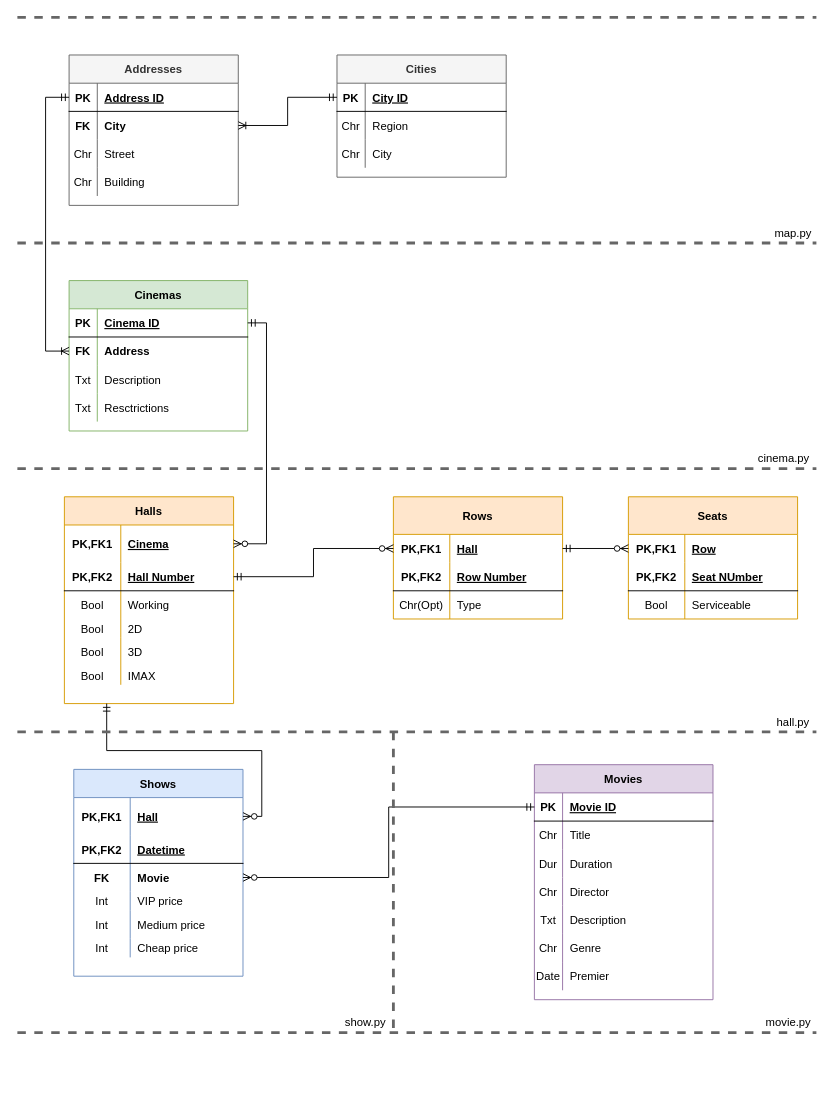
Before: description/db.drawio in pointuseless/kinocms, a draw.io diagram. Source tidied: cells renumbered, new cells numbered last; positions are measured from the earlier drawing's top-left corner, leaving out a move shared by most shapes. Both pictures are drawn from the tidied source at 94%, with x=0, y=0 at pixel (17, 17).
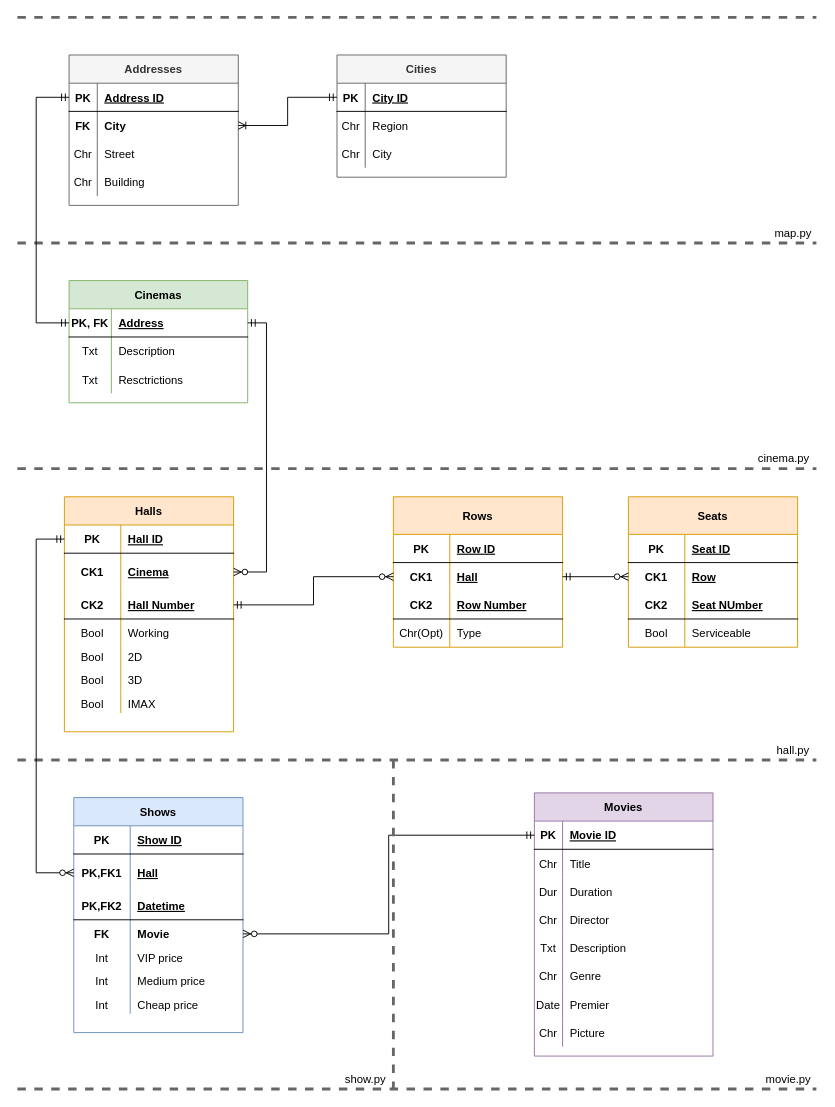
The same page after the edit.

The change refers to these unchanged cells:
```xml
<mxCell id="87" style="shape=partialRectangle;fillColor=none;top=0;left=0;bottom=1;right=0;points=[[0,0.5],[1,0.5]];portConstraint=eastwest;" parent="86" vertex="1">
  <mxGeometry y="30" width="190" height="30" as="geometry" />
</mxCell>
<mxCell id="120" style="shape=partialRectangle;fillColor=none;top=0;left=0;bottom=1;right=0;points=[[0,0.5],[1,0.5]];portConstraint=eastwest;" parent="119" vertex="1">
  <mxGeometry y="30" width="180" height="30" as="geometry" />
</mxCell>
```

Diff of the diagram source:
```diff
@@
     <mxCell id="2" value="Shows" style="shape=table;startSize=30;childLayout=tableLayout;rowLines=0;fontStyle=1;align=center;columnLines=1;resizeLastRow=0;fillColor=#dae8fc;strokeColor=#6c8ebf;swimlaneFillColor=#ffffff;" parent="1" vertex="1">
-      <mxGeometry x="60" y="800" width="180" height="220" as="geometry" />
+      <mxGeometry x="60" y="830" width="180" height="250" as="geometry" />
     </mxCell>
+    <mxCell id="136" style="shape=partialRectangle;fillColor=none;top=0;left=0;bottom=1;right=0;strokeColor=#000000;" parent="2" vertex="1">
+      <mxGeometry y="30" width="180" height="30" as="geometry" />
+    </mxCell>
+    <mxCell id="137" value="PK" style="shape=partialRectangle;fillColor=none;top=0;left=0;bottom=0;right=0;fontStyle=1;overflow=hidden;" parent="136" vertex="1">
+      <mxGeometry width="60" height="30" as="geometry" />
+    </mxCell>
+    <mxCell id="138" value="Show ID" style="shape=partialRectangle;fillColor=none;top=0;left=0;bottom=0;right=0;align=left;spacingLeft=6;fontStyle=5;overflow=hidden;" parent="136" vertex="1">
+      <mxGeometry x="60" width="120" height="30" as="geometry" />
+    </mxCell>
     <mxCell id="3" style="shape=partialRectangle;fillColor=none;top=0;left=0;bottom=0;right=0;points=[[0,0.5],[1,0.5]];portConstraint=eastwest;" parent="2" vertex="1">
-      <mxGeometry y="30" width="180" height="40" as="geometry" />
+      <mxGeometry y="60" width="180" height="40" as="geometry" />
     </mxCell>
@@
     <mxCell id="6" style="shape=partialRectangle;fillColor=none;top=0;left=0;bottom=1;right=0;" parent="2" vertex="1">
-      <mxGeometry y="70" width="180" height="30" as="geometry" />
+      <mxGeometry y="100" width="180" height="30" as="geometry" />
     </mxCell>
@@
     <mxCell id="9" style="shape=partialRectangle;fillColor=none;top=0;left=0;bottom=0;right=0;points=[[0,0.5],[1,0.5]];portConstraint=eastwest;" parent="2" vertex="1">
-      <mxGeometry y="100" width="180" height="30" as="geometry" />
+      <mxGeometry y="130" width="180" height="30" as="geometry" />
     </mxCell>
@@
     <mxCell id="12" style="shape=partialRectangle;fillColor=none;top=0;left=0;bottom=0;right=0;" parent="2" vertex="1">
-      <mxGeometry y="130" width="180" height="20" as="geometry" />
+      <mxGeometry y="160" width="180" height="20" as="geometry" />
     </mxCell>
@@
     <mxCell id="15" style="shape=partialRectangle;fillColor=none;top=0;left=0;bottom=0;right=0;" parent="2" vertex="1">
-      <mxGeometry y="150" width="180" height="30" as="geometry" />
+      <mxGeometry y="180" width="180" height="30" as="geometry" />
     </mxCell>
@@
     <mxCell id="18" style="shape=partialRectangle;fillColor=none;top=0;left=0;bottom=0;right=0;" parent="2" vertex="1">
-      <mxGeometry y="180" width="180" height="20" as="geometry" />
+      <mxGeometry y="210" width="180" height="20" as="geometry" />
     </mxCell>
@@
     <mxCell id="21" value="Halls" style="shape=table;startSize=30;childLayout=tableLayout;rowLines=0;fontStyle=1;align=center;columnLines=1;resizeLastRow=0;fillColor=#ffe6cc;strokeColor=#d79b00;swimlaneFillColor=#ffffff;" parent="1" vertex="1">
-      <mxGeometry x="50" y="510" width="180" height="220" as="geometry" />
+      <mxGeometry x="50" y="510" width="180" height="250" as="geometry" />
     </mxCell>
+    <mxCell id="139" style="shape=partialRectangle;fillColor=none;top=0;left=0;bottom=1;right=0;points=[[0,0.5],[1,0.5]];portConstraint=eastwest;strokeColor=#000000;" parent="21" vertex="1">
+      <mxGeometry y="30" width="180" height="30" as="geometry" />
+    </mxCell>
+    <mxCell id="140" value="PK" style="shape=partialRectangle;fillColor=none;top=0;left=0;bottom=0;right=0;fontStyle=1;overflow=hidden;" parent="139" vertex="1">
+      <mxGeometry width="60" height="30" as="geometry" />
+    </mxCell>
+    <mxCell id="141" value="Hall ID" style="shape=partialRectangle;fillColor=none;top=0;left=0;bottom=0;right=0;align=left;spacingLeft=6;fontStyle=5;overflow=hidden;" parent="139" vertex="1">
+      <mxGeometry x="60" width="120" height="30" as="geometry" />
+    </mxCell>
     <mxCell id="22" style="shape=partialRectangle;fillColor=none;top=0;left=0;bottom=0;right=0;points=[[0,0.5],[1,0.5]];portConstraint=eastwest;" parent="21" vertex="1">
-      <mxGeometry y="30" width="180" height="40" as="geometry" />
+      <mxGeometry y="60" width="180" height="40" as="geometry" />
     </mxCell>
-    <mxCell id="23" value="PK,FK1" style="shape=partialRectangle;fillColor=none;top=0;left=0;bottom=0;right=0;fontStyle=1;overflow=hidden;" parent="22" vertex="1">
+    <mxCell id="23" value="CK1" style="shape=partialRectangle;fillColor=none;top=0;left=0;bottom=0;right=0;fontStyle=1;overflow=hidden;" parent="22" vertex="1">
       <mxGeometry width="60" height="40" as="geometry" />
     </mxCell>
@@
     <mxCell id="25" style="shape=partialRectangle;fillColor=none;top=0;left=0;bottom=1;right=0;points=[[0,0.5],[1,0.5]];portConstraint=eastwest;" parent="21" vertex="1">
-      <mxGeometry y="70" width="180" height="30" as="geometry" />
+      <mxGeometry y="100" width="180" height="30" as="geometry" />
     </mxCell>
-    <mxCell id="26" value="PK,FK2" style="shape=partialRectangle;fillColor=none;top=0;left=0;bottom=0;right=0;fontStyle=1;overflow=hidden;" parent="25" vertex="1">
+    <mxCell id="26" value="CK2" style="shape=partialRectangle;fillColor=none;top=0;left=0;bottom=0;right=0;fontStyle=1;overflow=hidden;" parent="25" vertex="1">
       <mxGeometry width="60" height="30" as="geometry" />
     </mxCell>
@@
     <mxCell id="28" style="shape=partialRectangle;fillColor=none;top=0;left=0;bottom=0;right=0;fontStyle=0;" parent="21" vertex="1">
-      <mxGeometry y="100" width="180" height="30" as="geometry" />
+      <mxGeometry y="130" width="180" height="30" as="geometry" />
     </mxCell>
@@
     <mxCell id="31" style="shape=partialRectangle;fillColor=none;top=0;left=0;bottom=0;right=0;" parent="21" vertex="1">
-      <mxGeometry y="130" width="180" height="20" as="geometry" />
+      <mxGeometry y="160" width="180" height="20" as="geometry" />
     </mxCell>
@@
     <mxCell id="34" style="shape=partialRectangle;fillColor=none;top=0;left=0;bottom=0;right=0;" parent="21" vertex="1">
-      <mxGeometry y="150" width="180" height="30" as="geometry" />
+      <mxGeometry y="180" width="180" height="30" as="geometry" />
     </mxCell>
@@
     <mxCell id="37" style="shape=partialRectangle;fillColor=none;top=0;left=0;bottom=0;right=0;" parent="21" vertex="1">
-      <mxGeometry y="180" width="180" height="20" as="geometry" />
+      <mxGeometry y="210" width="180" height="20" as="geometry" />
     </mxCell>
@@
     <mxCell id="40" value="Movies" style="shape=table;startSize=30;childLayout=tableLayout;rowLines=0;fontStyle=1;align=center;fillColor=#e1d5e7;strokeColor=#9673a6;swimlaneFillColor=#ffffff;" parent="1" vertex="1">
-      <mxGeometry x="550" y="795" width="190" height="250" as="geometry" />
+      <mxGeometry x="550" y="825" width="190" height="280" as="geometry" />
     </mxCell>
@@
+    <mxCell id="142" style="shape=partialRectangle;fillColor=none;top=0;left=0;bottom=0;right=0;" parent="40" vertex="1">
+      <mxGeometry y="240" width="190" height="30" as="geometry" />
+    </mxCell>
+    <mxCell id="143" value="Chr" style="shape=partialRectangle;fillColor=none;top=0;left=0;bottom=0;right=0;overflow=hidden;" parent="142" vertex="1">
+      <mxGeometry width="30" height="30" as="geometry" />
+    </mxCell>
+    <mxCell id="144" value="Picture" style="shape=partialRectangle;fillColor=none;top=0;left=0;bottom=0;right=0;align=left;spacingLeft=6;overflow=hidden;" parent="142" vertex="1">
+      <mxGeometry x="30" width="160" height="30" as="geometry" />
+    </mxCell>
@@
-    <mxCell id="63" style="edgeStyle=orthogonalEdgeStyle;rounded=0;jettySize=auto;html=1;exitX=1;exitY=0.5;exitDx=0;exitDy=0;entryX=0.25;entryY=1;entryDx=0;entryDy=0;startArrow=ERzeroToMany;startFill=1;endArrow=ERmandOne;endFill=0;" parent="1" edge="1" source="3" target="21">
-      <mxGeometry relative="1" as="geometry" />
-    </mxCell>
     <mxCell id="64" value="Rows" style="shape=table;startSize=40;childLayout=tableLayout;rowLines=0;fontStyle=1;align=center;fillColor=#ffe6cc;strokeColor=#d79b00;swimlaneFillColor=#ffffff;" parent="1" vertex="1">
-      <mxGeometry x="400" y="510" width="180" height="130" as="geometry" />
+      <mxGeometry x="400" y="510" width="180" height="160" as="geometry" />
     </mxCell>
+    <mxCell id="145" style="shape=partialRectangle;fillColor=none;top=0;left=0;bottom=1;right=0;strokeColor=#000000;" parent="64" vertex="1">
+      <mxGeometry y="40" width="180" height="30" as="geometry" />
+    </mxCell>
+    <mxCell id="146" value="PK" style="shape=partialRectangle;fillColor=none;top=0;left=0;bottom=0;right=0;fontStyle=1;overflow=hidden;" parent="145" vertex="1">
+      <mxGeometry width="60" height="30" as="geometry" />
+    </mxCell>
+    <mxCell id="147" value="Row ID" style="shape=partialRectangle;fillColor=none;top=0;left=0;bottom=0;right=0;align=left;spacingLeft=6;fontStyle=5;overflow=hidden;" parent="145" vertex="1">
+      <mxGeometry x="60" width="120" height="30" as="geometry" />
+    </mxCell>
     <mxCell id="65" style="shape=partialRectangle;fillColor=none;top=0;left=0;bottom=0;right=0;points=[[0,0.5],[1,0.5]];portConstraint=eastwest;" parent="64" vertex="1">
-      <mxGeometry y="40" width="180" height="30" as="geometry" />
+      <mxGeometry y="70" width="180" height="30" as="geometry" />
     </mxCell>
-    <mxCell id="66" value="PK,FK1" style="shape=partialRectangle;fillColor=none;top=0;left=0;bottom=0;right=0;fontStyle=1;overflow=hidden;" parent="65" vertex="1">
+    <mxCell id="66" value="CK1" style="shape=partialRectangle;fillColor=none;top=0;left=0;bottom=0;right=0;fontStyle=1;overflow=hidden;" parent="65" vertex="1">
       <mxGeometry width="60" height="30" as="geometry" />
     </mxCell>
@@
     <mxCell id="68" style="shape=partialRectangle;fillColor=none;top=0;left=0;bottom=1;right=0;" parent="64" vertex="1">
-      <mxGeometry y="70" width="180" height="30" as="geometry" />
+      <mxGeometry y="100" width="180" height="30" as="geometry" />
     </mxCell>
-    <mxCell id="69" value="PK,FK2" style="shape=partialRectangle;fillColor=none;top=0;left=0;bottom=0;right=0;fontStyle=1;overflow=hidden;" parent="68" vertex="1">
+    <mxCell id="69" value="CK2" style="shape=partialRectangle;fillColor=none;top=0;left=0;bottom=0;right=0;fontStyle=1;overflow=hidden;" parent="68" vertex="1">
       <mxGeometry width="60" height="30" as="geometry" />
     </mxCell>
@@
     <mxCell id="71" style="shape=partialRectangle;fillColor=none;top=0;left=0;bottom=0;right=0;" parent="64" vertex="1">
-      <mxGeometry y="100" width="180" height="30" as="geometry" />
+      <mxGeometry y="130" width="180" height="30" as="geometry" />
     </mxCell>
@@
     <mxCell id="75" value="Seats" style="shape=table;startSize=40;childLayout=tableLayout;rowLines=0;fontStyle=1;align=center;fillColor=#ffe6cc;strokeColor=#d79b00;swimlaneFillColor=#ffffff;" parent="1" vertex="1">
-      <mxGeometry x="650" y="510" width="180" height="130" as="geometry" />
+      <mxGeometry x="650" y="510" width="180" height="160" as="geometry" />
     </mxCell>
+    <mxCell id="148" style="shape=partialRectangle;fillColor=none;top=0;left=0;bottom=1;right=0;strokeColor=#000000;" parent="75" vertex="1">
+      <mxGeometry y="40" width="180" height="30" as="geometry" />
+    </mxCell>
+    <mxCell id="149" value="PK" style="shape=partialRectangle;fillColor=none;top=0;left=0;bottom=0;right=0;fontStyle=1;overflow=hidden;" parent="148" vertex="1">
+      <mxGeometry width="60" height="30" as="geometry" />
+    </mxCell>
+    <mxCell id="150" value="Seat ID" style="shape=partialRectangle;fillColor=none;top=0;left=0;bottom=0;right=0;align=left;spacingLeft=6;fontStyle=5;overflow=hidden;" parent="148" vertex="1">
+      <mxGeometry x="60" width="120" height="30" as="geometry" />
+    </mxCell>
     <mxCell id="76" style="shape=partialRectangle;fillColor=none;top=0;left=0;bottom=0;right=0;points=[[0,0.5],[1,0.5]];portConstraint=eastwest;" parent="75" vertex="1">
-      <mxGeometry y="40" width="180" height="30" as="geometry" />
+      <mxGeometry y="70" width="180" height="30" as="geometry" />
     </mxCell>
-    <mxCell id="77" value="PK,FK1" style="shape=partialRectangle;fillColor=none;top=0;left=0;bottom=0;right=0;fontStyle=1;overflow=hidden;" parent="76" vertex="1">
+    <mxCell id="77" value="CK1" style="shape=partialRectangle;fillColor=none;top=0;left=0;bottom=0;right=0;fontStyle=1;overflow=hidden;" parent="76" vertex="1">
       <mxGeometry width="60" height="30" as="geometry" />
     </mxCell>
@@
     <mxCell id="79" style="shape=partialRectangle;fillColor=none;top=0;left=0;bottom=1;right=0;" parent="75" vertex="1">
-      <mxGeometry y="70" width="180" height="30" as="geometry" />
+      <mxGeometry y="100" width="180" height="30" as="geometry" />
     </mxCell>
-    <mxCell id="80" value="PK,FK2" style="shape=partialRectangle;fillColor=none;top=0;left=0;bottom=0;right=0;fontStyle=1;overflow=hidden;" parent="79" vertex="1">
+    <mxCell id="80" value="CK2" style="shape=partialRectangle;fillColor=none;top=0;left=0;bottom=0;right=0;fontStyle=1;overflow=hidden;" parent="79" vertex="1">
       <mxGeometry width="60" height="30" as="geometry" />
     </mxCell>
@@
     <mxCell id="82" style="shape=partialRectangle;fillColor=none;top=0;left=0;bottom=0;right=0;" parent="75" vertex="1">
-      <mxGeometry y="100" width="180" height="30" as="geometry" />
+      <mxGeometry y="130" width="180" height="30" as="geometry" />
     </mxCell>
@@
     <mxCell id="86" value="Cinemas" style="shape=table;startSize=30;childLayout=tableLayout;rowLines=0;fontStyle=1;align=center;fillColor=#d5e8d4;strokeColor=#82b366;swimlaneFillColor=#ffffff;" parent="1" vertex="1">
-      <mxGeometry x="55" y="280" width="190" height="160" as="geometry" />
+      <mxGeometry x="55" y="280" width="190" height="130" as="geometry" />
     </mxCell>
@@
-    <mxCell id="88" value="PK" style="shape=partialRectangle;fillColor=none;top=0;left=0;bottom=0;right=0;fontStyle=1;overflow=hidden;" parent="87" vertex="1">
-      <mxGeometry width="30" height="30" as="geometry" />
+    <mxCell id="88" value="PK, FK" style="shape=partialRectangle;fillColor=none;top=0;left=0;bottom=0;right=0;fontStyle=1;overflow=hidden;" parent="87" vertex="1">
+      <mxGeometry width="45" height="30" as="geometry" />
     </mxCell>
-    <mxCell id="89" value="Cinema ID" style="shape=partialRectangle;fillColor=none;top=0;left=0;bottom=0;right=0;align=left;spacingLeft=6;fontStyle=5;overflow=hidden;" parent="87" vertex="1">
-      <mxGeometry x="30" width="160" height="30" as="geometry" />
+    <mxCell id="89" value="Address" style="shape=partialRectangle;fillColor=none;top=0;left=0;bottom=0;right=0;align=left;spacingLeft=6;fontStyle=5;overflow=hidden;" parent="87" vertex="1">
+      <mxGeometry x="45" width="145" height="30" as="geometry" />
     </mxCell>
-    <mxCell id="90" style="shape=partialRectangle;fillColor=none;top=0;left=0;bottom=0;right=0;points=[[0,0.5],[1,0.5]];portConstraint=eastwest;" parent="86" vertex="1">
-      <mxGeometry y="60" width="190" height="30" as="geometry" />
-    </mxCell>
-    <mxCell id="91" value="FK" style="shape=partialRectangle;fillColor=none;top=0;left=0;bottom=0;right=0;fontStyle=1;overflow=hidden;" parent="90" vertex="1">
-      <mxGeometry width="30" height="30" as="geometry" />
-    </mxCell>
-    <mxCell id="92" value="Address" style="shape=partialRectangle;fillColor=none;top=0;left=0;bottom=0;right=0;align=left;spacingLeft=6;fontStyle=1;overflow=hidden;" parent="90" vertex="1">
-      <mxGeometry x="30" width="160" height="30" as="geometry" />
-    </mxCell>
     <mxCell id="93" style="shape=partialRectangle;fillColor=none;top=0;left=0;bottom=0;right=0;" parent="86" vertex="1">
-      <mxGeometry y="90" width="190" height="30" as="geometry" />
+      <mxGeometry y="60" width="190" height="30" as="geometry" />
     </mxCell>
     <mxCell id="94" value="Txt" style="shape=partialRectangle;fillColor=none;top=0;left=0;bottom=0;right=0;overflow=hidden;" parent="93" vertex="1">
-      <mxGeometry width="30" height="30" as="geometry" />
+      <mxGeometry width="45" height="30" as="geometry" />
     </mxCell>
     <mxCell id="95" value="Description" style="shape=partialRectangle;fillColor=none;top=0;left=0;bottom=0;right=0;align=left;spacingLeft=6;overflow=hidden;" parent="93" vertex="1">
-      <mxGeometry x="30" width="160" height="30" as="geometry" />
+      <mxGeometry x="45" width="145" height="30" as="geometry" />
     </mxCell>
     <mxCell id="96" style="shape=partialRectangle;fillColor=none;top=0;left=0;bottom=0;right=0;" parent="86" vertex="1">
-      <mxGeometry y="120" width="190" height="30" as="geometry" />
+      <mxGeometry y="90" width="190" height="30" as="geometry" />
     </mxCell>
     <mxCell id="97" value="Txt" style="shape=partialRectangle;fillColor=none;top=0;left=0;bottom=0;right=0;overflow=hidden;" parent="96" vertex="1">
-      <mxGeometry width="30" height="30" as="geometry" />
+      <mxGeometry width="45" height="30" as="geometry" />
     </mxCell>
     <mxCell id="98" value="Resctrictions" style="shape=partialRectangle;fillColor=none;top=0;left=0;bottom=0;right=0;align=left;spacingLeft=6;overflow=hidden;" parent="96" vertex="1">
-      <mxGeometry x="30" width="160" height="30" as="geometry" />
+      <mxGeometry x="45" width="145" height="30" as="geometry" />
     </mxCell>
@@
     <mxCell id="101" style="endArrow=none;dashed=1;html=1;fillColor=#f5f5f5;strokeColor=#666666;strokeWidth=3;" parent="1" edge="1">
       <mxGeometry relative="1" as="geometry">
-        <mxPoint y="760" as="sourcePoint" />
-        <mxPoint x="850" y="760" as="targetPoint" />
+        <mxPoint y="790" as="sourcePoint" />
+        <mxPoint x="850" y="790" as="targetPoint" />
       </mxGeometry>
     </mxCell>
     <mxCell id="102" style="endArrow=none;dashed=1;html=1;fillColor=#f5f5f5;strokeColor=#666666;strokeWidth=3;" parent="1" edge="1">
       <mxGeometry relative="1" as="geometry">
-        <mxPoint x="400" y="760" as="sourcePoint" />
-        <mxPoint x="400" y="1080" as="targetPoint" />
+        <mxPoint x="400" y="790" as="sourcePoint" />
+        <mxPoint x="400" y="1140" as="targetPoint" />
       </mxGeometry>
     </mxCell>
@@
     <mxCell id="114" value="hall.py" style="text;html=1;align=center;verticalAlign=middle;" parent="1" vertex="1">
-      <mxGeometry x="800" y="740" width="50" height="20" as="geometry" />
+      <mxGeometry x="800" y="770" width="50" height="20" as="geometry" />
     </mxCell>
@@
     <mxCell id="116" style="endArrow=none;dashed=1;html=1;fillColor=#f5f5f5;strokeColor=#666666;strokeWidth=3;" parent="1" edge="1">
       <mxGeometry relative="1" as="geometry">
-        <mxPoint y="1080" as="sourcePoint" />
-        <mxPoint x="850" y="1080" as="targetPoint" />
+        <mxPoint y="1140" as="sourcePoint" />
+        <mxPoint x="850" y="1140" as="targetPoint" />
       </mxGeometry>
     </mxCell>
     <mxCell id="117" value="movie.py" style="text;html=1;align=center;verticalAlign=middle;" parent="1" vertex="1">
-      <mxGeometry x="790" y="1060" width="60" height="20" as="geometry" />
+      <mxGeometry x="790" y="1120" width="60" height="20" as="geometry" />
     </mxCell>
     <mxCell id="118" value="show.py" style="text;html=1;align=center;verticalAlign=middle;" parent="1" vertex="1">
-      <mxGeometry x="340" y="1060" width="60" height="20" as="geometry" />
+      <mxGeometry x="340" y="1120" width="60" height="20" as="geometry" />
     </mxCell>
@@
-    <mxCell id="134" style="edgeStyle=orthogonalEdgeStyle;rounded=0;jettySize=auto;html=1;exitX=0;exitY=0.5;exitDx=0;exitDy=0;entryX=0;entryY=0.5;entryDx=0;entryDy=0;startArrow=ERoneToMany;startFill=0;endArrow=ERmandOne;endFill=0;strokeWidth=1;" parent="1" edge="1" source="90" target="120">
-      <mxGeometry relative="1" as="geometry">
-        <Array as="points">
-          <mxPoint x="30" y="355" />
-          <mxPoint x="30" y="85" />
-        </Array>
-      </mxGeometry>
-    </mxCell>
@@
+    <mxCell id="151" style="edgeStyle=orthogonalEdgeStyle;rounded=0;jettySize=auto;html=1;exitX=0;exitY=0.5;exitDx=0;exitDy=0;entryX=0;entryY=0.5;entryDx=0;entryDy=0;startArrow=ERmandOne;startFill=0;endArrow=ERmandOne;endFill=0;" parent="1" edge="1" source="120" target="87">
+      <mxGeometry relative="1" as="geometry">
+        <Array as="points">
+          <mxPoint x="20" y="85" />
+          <mxPoint x="20" y="325" />
+        </Array>
+      </mxGeometry>
+    </mxCell>
+    <mxCell id="152" style="edgeStyle=orthogonalEdgeStyle;rounded=0;jettySize=auto;html=1;exitX=0;exitY=0.5;exitDx=0;exitDy=0;entryX=0;entryY=0.5;entryDx=0;entryDy=0;startArrow=ERzeroToMany;startFill=1;endArrow=ERmandOne;endFill=0;" parent="1" edge="1" source="3" target="139">
+      <mxGeometry relative="1" as="geometry">
+        <Array as="points">
+          <mxPoint x="20" y="910" />
+          <mxPoint x="20" y="555" />
+        </Array>
+      </mxGeometry>
+    </mxCell>
```
